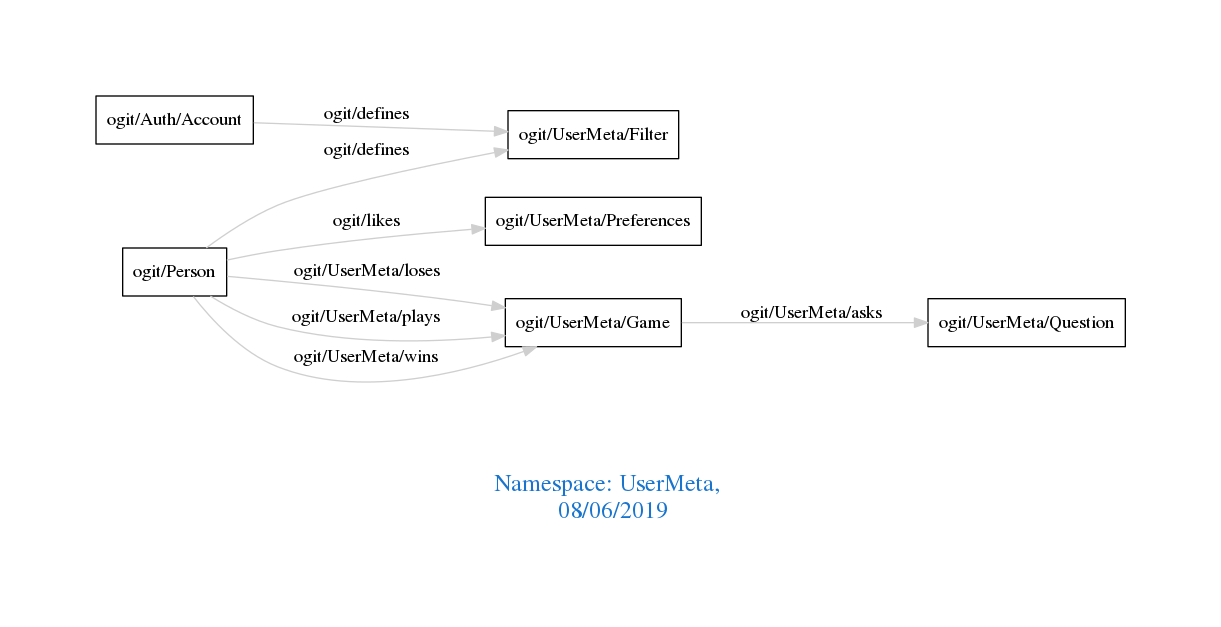
Above: downloads/UserMeta.png in arago/OGIT (Graphviz), before the change. Its source is kept beside it as downloads/UserMeta.dot.
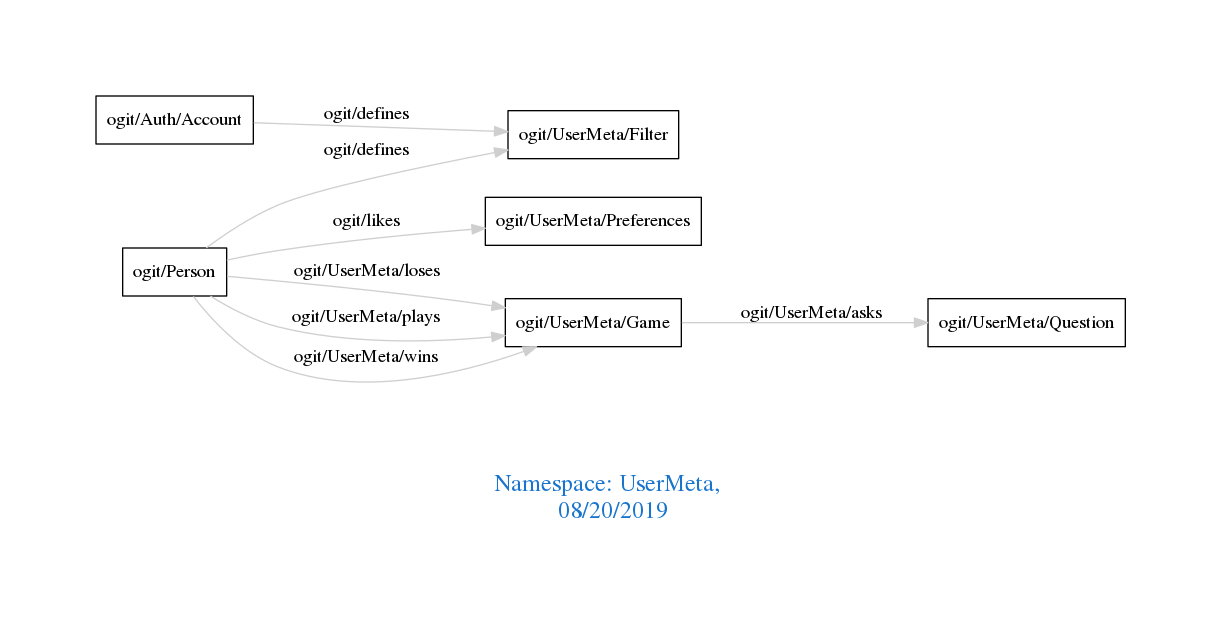
Later version of the same file.

Change to the diagram source:
```diff
@@ -1,7 +1,7 @@
 digraph OGIT_ontology {
  graph [ rankdir= LR,pad=1
 fontsize = 18,
-fontcolor= dodgerblue3,label = "\n\n\nNamespace: UserMeta, \n 08/06/2019"];
+fontcolor= dodgerblue3,label = "\n\n\nNamespace: UserMeta, \n 08/20/2019"];
 node[shape=polygon];
 edge [  color="gray81"];
 
```
